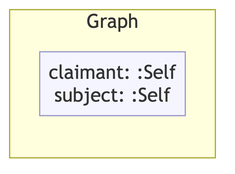
Above: example/graphs/images/graph-58.png in MeeFoundation/mia-ontologies (Mermaid), before the change. Its source is kept beside it as example/graphs/images/graph-58.mmd.
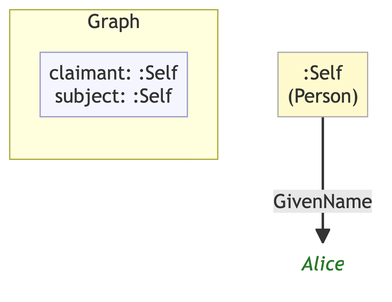
Later version of the same file.

Commit message:
Add Alice's given-name claim to Care & Feeding cell's graph 58

Change to the diagram source:
```diff
@@ -8,3 +8,8 @@
         direction LR
         ctx_meta["claimant: :Self\nsubject: :Self"]:::meta
     end
+
+    ne0c3ba92f1db[":Self\n(Person)"]:::person
+    n194f95fa0d0d("Alice"):::lit
+
+    ne0c3ba92f1db -->|"GivenName"| n194f95fa0d0d
```
